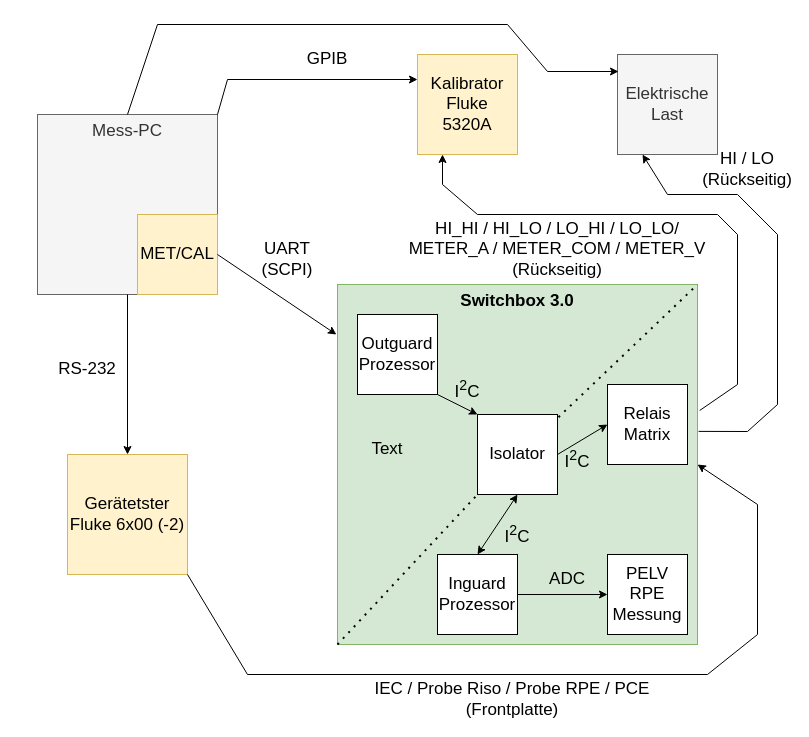
Lostqw1/Funfun keeps this draw.io diagram as Switchbox-Projektübersicht.drawio. Above is the earlier version. Source tidied: cells renumbered, new cells numbered last; positions are measured from the earlier drawing's top-left corner, leaving out a move shared by most shapes. Both pictures are drawn from the tidied source at 100%, with x=0, y=0 at pixel (17, 24).
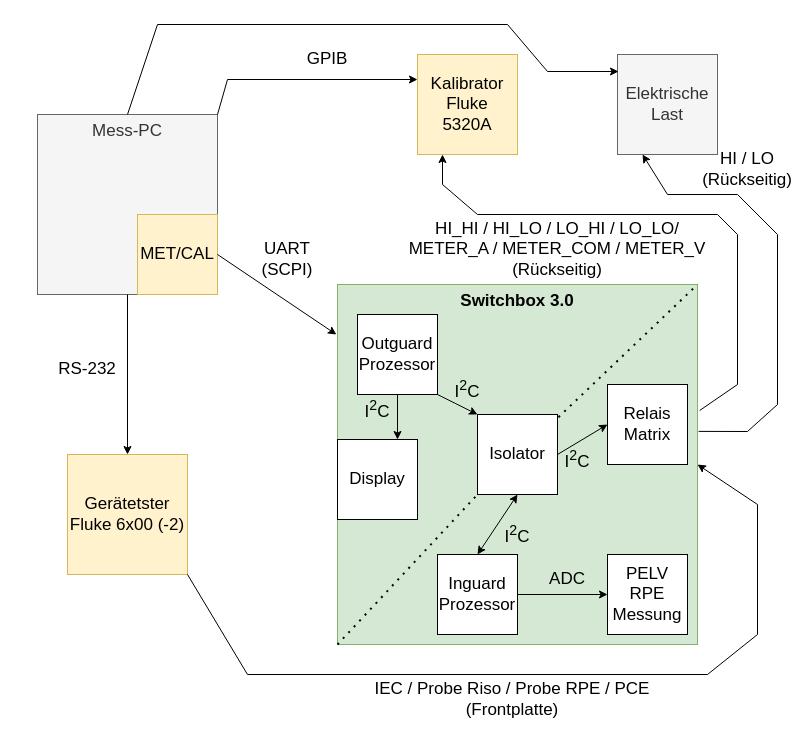
Above is the later version.

Unchanged cells that the change refers to:
```xml
<mxCell id="7" value="Outguard&lt;br&gt;Prozessor" style="whiteSpace=wrap;html=1;fontSize=17;" parent="1" vertex="1">
  <mxGeometry x="340" y="290" width="80" height="80" as="geometry" />
</mxCell>
```

Change to the diagram source:
```diff
@@
-    <mxCell id="31" value="Text" style="text;html=1;strokeColor=none;fillColor=none;align=center;verticalAlign=middle;whiteSpace=wrap;rounded=0;fontSize=17;" parent="1" vertex="1">
-      <mxGeometry x="340" y="410" width="60" height="30" as="geometry" />
-    </mxCell>
@@
+    <mxCell id="37" value="&lt;font style=&quot;font-size: 17px&quot;&gt;Display&lt;/font&gt;" style="whiteSpace=wrap;html=1;" parent="1" vertex="1">
+      <mxGeometry x="320" y="415" width="80" height="80" as="geometry" />
+    </mxCell>
+    <mxCell id="38" style="endArrow=classic;html=1;rounded=0;fontSize=17;entryX=0.75;entryY=0;entryDx=0;entryDy=0;exitX=0.5;exitY=1;exitDx=0;exitDy=0;" parent="1" edge="1" source="7" target="37">
+      <mxGeometry relative="1" as="geometry" />
+    </mxCell>
+    <mxCell id="39" value="I&lt;sup&gt;2&lt;/sup&gt;C" style="text;html=1;strokeColor=none;fillColor=none;align=center;verticalAlign=middle;whiteSpace=wrap;rounded=0;fontSize=17;" parent="1" vertex="1">
+      <mxGeometry x="330" y="370" width="60" height="30" as="geometry" />
+    </mxCell>
```
